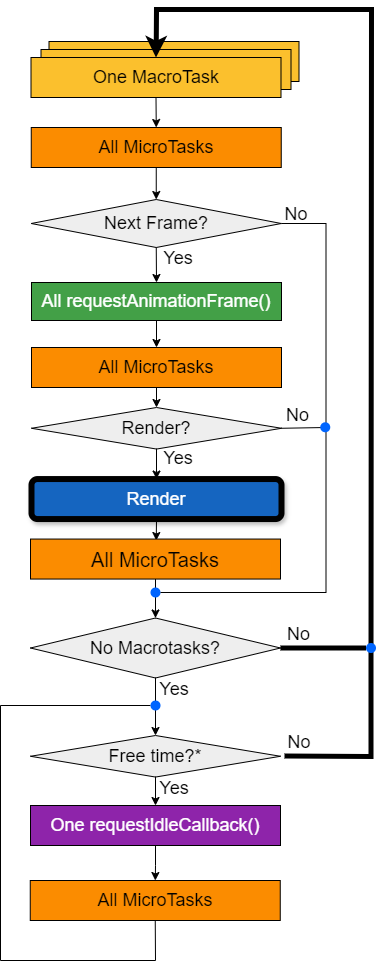
The draw.io diagram 00_Presentation/EventLoop-8.drawio.png in alexindima/JavaScript_Event_Loop, before a commit. Source tidied: cells renumbered, new cells last; positions are measured from the earlier drawing's top-left corner, leaving out a move shared by most shapes.
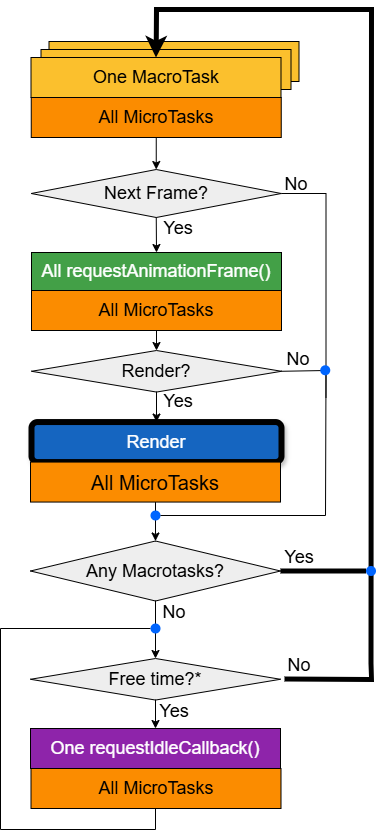
The same file after the commit.

The edit, as a diff of the source:
```diff
@@ -3,167 +3,155 @@
     <mxCell id="0" />
     <mxCell id="1" parent="0" />
     <mxCell id="2" value="&lt;font style=&quot;font-size: 18px;&quot;&gt;One MacroTask&lt;/font&gt;" style="rounded=0;whiteSpace=wrap;html=1;fillColor=#FBC02D;" parent="1" vertex="1">
-      <mxGeometry x="48.5" y="32" width="250" height="40" as="geometry" />
+      <mxGeometry x="48.5" y="107" width="250" height="40" as="geometry" />
     </mxCell>
     <mxCell id="3" value="&lt;font style=&quot;font-size: 18px;&quot;&gt;One MacroTask&lt;/font&gt;" style="rounded=0;whiteSpace=wrap;html=1;fillColor=#FBC02D;" parent="1" vertex="1">
-      <mxGeometry x="40.5" y="40" width="250" height="40" as="geometry" />
+      <mxGeometry x="40.5" y="115" width="250" height="40" as="geometry" />
     </mxCell>
-    <mxCell id="4" style="endArrow=classic;html=1;rounded=0;exitX=0.5;exitY=1;exitDx=0;exitDy=0;entryX=0.5;entryY=0;entryDx=0;entryDy=0;" parent="1" edge="1" source="32" target="18">
+    <mxCell id="4" style="endArrow=classic;html=1;rounded=0;exitX=0.5;exitY=1;exitDx=0;exitDy=0;entryX=0.5;entryY=0;entryDx=0;entryDy=0;" parent="1" edge="1" source="28" target="16">
       <mxGeometry relative="1" as="geometry" />
     </mxCell>
-    <mxCell id="5" style="endArrow=classic;html=1;rounded=0;exitX=0.5;exitY=1;exitDx=0;exitDy=0;entryX=0.5;entryY=0;entryDx=0;entryDy=0;" parent="1" edge="1" source="27" target="32">
+    <mxCell id="5" style="endArrow=classic;html=1;rounded=0;exitX=0.5;exitY=1;exitDx=0;exitDy=0;entryX=0.5;entryY=0;entryDx=0;entryDy=0;" parent="1" edge="1" source="23" target="28">
       <mxGeometry relative="1" as="geometry" />
     </mxCell>
-    <mxCell id="6" style="edgeStyle=orthogonalEdgeStyle;rounded=0;jettySize=auto;html=1;exitX=0.5;exitY=1;exitDx=0;exitDy=0;entryX=0.5;entryY=0;entryDx=0;entryDy=0;" parent="1" edge="1" source="8" target="11">
-      <mxGeometry relative="1" as="geometry" />
+    <mxCell id="6" style="shape=ellipse;fillColor=#0065FF;strokeColor=none;html=1;sketch=0;" parent="1" vertex="1">
+      <mxGeometry x="150" y="576" width="10" height="10" as="geometry" />
     </mxCell>
-    <mxCell id="7" style="shape=ellipse;fillColor=#0065FF;strokeColor=none;html=1;sketch=0;" parent="1" vertex="1">
-      <mxGeometry x="150" y="578" width="10" height="10" as="geometry" />
+    <mxCell id="7" value="&lt;font style=&quot;font-size: 18px;&quot;&gt;One MacroTask&lt;/font&gt;" style="rounded=0;whiteSpace=wrap;html=1;fillColor=#FBC02D;" parent="1" vertex="1">
+      <mxGeometry x="30.5" y="123" width="250" height="40" as="geometry" />
     </mxCell>
-    <mxCell id="8" value="&lt;font style=&quot;font-size: 18px;&quot;&gt;One MacroTask&lt;/font&gt;" style="rounded=0;whiteSpace=wrap;html=1;fillColor=#FBC02D;" parent="1" vertex="1">
-      <mxGeometry x="30.5" y="48" width="250" height="40" as="geometry" />
+    <mxCell id="8" value="&lt;font style=&quot;font-size: 18px;&quot;&gt;All MicroTasks&lt;/font&gt;" style="rounded=0;whiteSpace=wrap;html=1;fillColor=#FB8C00;" parent="1" vertex="1">
+      <mxGeometry x="30.5" y="834" width="250" height="40" as="geometry" />
     </mxCell>
-    <mxCell id="9" value="&lt;font style=&quot;font-size: 18px;&quot;&gt;All MicroTasks&lt;/font&gt;" style="rounded=0;whiteSpace=wrap;html=1;fillColor=#FB8C00;" parent="1" vertex="1">
-      <mxGeometry x="29.8" y="871" width="250" height="40" as="geometry" />
+    <mxCell id="9" style="edgeStyle=orthogonalEdgeStyle;rounded=0;jettySize=auto;html=1;exitX=0.5;exitY=1;exitDx=0;exitDy=0;entryX=0.5;entryY=0;entryDx=0;entryDy=0;" parent="1" edge="1" source="10" target="11">
+      <mxGeometry relative="1" as="geometry" />
     </mxCell>
-    <mxCell id="10" style="edgeStyle=orthogonalEdgeStyle;rounded=0;jettySize=auto;html=1;exitX=0.5;exitY=1;exitDx=0;exitDy=0;entryX=0.5;entryY=0;entryDx=0;entryDy=0;" parent="1" edge="1" source="11" target="12">
-      <mxGeometry relative="1" as="geometry" />
+    <mxCell id="10" value="&lt;font style=&quot;font-size: 18px;&quot;&gt;All MicroTasks&lt;/font&gt;" style="rounded=0;whiteSpace=wrap;html=1;fillColor=#FB8C00;" parent="1" vertex="1">
+      <mxGeometry x="30.8" y="163" width="250" height="40" as="geometry" />
     </mxCell>
-    <mxCell id="11" value="&lt;font style=&quot;font-size: 18px;&quot;&gt;All MicroTasks&lt;/font&gt;" style="rounded=0;whiteSpace=wrap;html=1;fillColor=#FB8C00;" parent="1" vertex="1">
-      <mxGeometry x="30.8" y="118" width="250" height="40" as="geometry" />
+    <mxCell id="11" value="&lt;font style=&quot;font-size: 18px;&quot;&gt;Next Frame?&lt;/font&gt;" style="rhombus;whiteSpace=wrap;html=1;fillColor=#EEEEEE;" parent="1" vertex="1">
+      <mxGeometry x="30.8" y="235" width="250" height="48" as="geometry" />
     </mxCell>
-    <mxCell id="12" value="&lt;font style=&quot;font-size: 18px;&quot;&gt;Next Frame?&lt;/font&gt;" style="rhombus;whiteSpace=wrap;html=1;fillColor=#EEEEEE;" parent="1" vertex="1">
-      <mxGeometry x="30.8" y="190" width="250" height="48" as="geometry" />
+    <mxCell id="12" value="&lt;font style=&quot;font-size: 18px; color: rgb(255, 255, 255);&quot;&gt;All requestAnimationFrame()&lt;/font&gt;" style="rounded=0;whiteSpace=wrap;html=1;fillColor=#43A047;" parent="1" vertex="1">
+      <mxGeometry x="31" y="318" width="250" height="38" as="geometry" />
     </mxCell>
-    <mxCell id="13" style="edgeStyle=orthogonalEdgeStyle;rounded=0;jettySize=auto;html=1;exitX=0.5;exitY=1;exitDx=0;exitDy=0;entryX=0.5;entryY=0;entryDx=0;entryDy=0;" parent="1" edge="1" source="14" target="17">
+    <mxCell id="13" style="endArrow=classic;html=1;rounded=0;entryX=0.5;entryY=0;entryDx=0;entryDy=0;exitX=0.5;exitY=1;exitDx=0;exitDy=0;" parent="1" edge="1" source="11" target="12">
       <mxGeometry relative="1" as="geometry" />
     </mxCell>
-    <mxCell id="14" value="&lt;font style=&quot;font-size: 18px; color: rgb(255, 255, 255);&quot;&gt;All requestAnimationFrame()&lt;/font&gt;" style="rounded=0;whiteSpace=wrap;html=1;fillColor=#43A047;" parent="1" vertex="1">
-      <mxGeometry x="31" y="273" width="250" height="38" as="geometry" />
+    <mxCell id="14" value="&lt;font style=&quot;font-size: 18px;&quot;&gt;Yes&lt;/font&gt;" style="text;html=1;align=center;verticalAlign=middle;whiteSpace=wrap;rounded=0;" parent="1" vertex="1">
+      <mxGeometry x="148" y="278.6" width="60" height="30" as="geometry" />
     </mxCell>
-    <mxCell id="15" style="endArrow=classic;html=1;rounded=0;entryX=0.5;entryY=0;entryDx=0;entryDy=0;exitX=0.5;exitY=1;exitDx=0;exitDy=0;" parent="1" edge="1" source="12" target="14">
-      <mxGeometry relative="1" as="geometry" />
+    <mxCell id="15" value="&lt;font style=&quot;font-size: 18px;&quot;&gt;All MicroTasks&lt;/font&gt;" style="rounded=0;whiteSpace=wrap;html=1;fillColor=#FB8C00;" parent="1" vertex="1">
+      <mxGeometry x="31" y="356" width="250" height="40" as="geometry" />
     </mxCell>
-    <mxCell id="16" value="&lt;font style=&quot;font-size: 18px;&quot;&gt;Yes&lt;/font&gt;" style="text;html=1;align=center;verticalAlign=middle;whiteSpace=wrap;rounded=0;" parent="1" vertex="1">
-      <mxGeometry x="148" y="233.6" width="60" height="30" as="geometry" />
+    <mxCell id="16" value="&lt;font style=&quot;font-size: 18px;&quot;&gt;Free time?*&lt;/font&gt;" style="rhombus;whiteSpace=wrap;html=1;fillColor=#EEEEEE;" parent="1" vertex="1">
+      <mxGeometry x="30" y="724" width="250" height="41.5" as="geometry" />
     </mxCell>
-    <mxCell id="17" value="&lt;font style=&quot;font-size: 18px;&quot;&gt;All MicroTasks&lt;/font&gt;" style="rounded=0;whiteSpace=wrap;html=1;fillColor=#FB8C00;" parent="1" vertex="1">
-      <mxGeometry x="31" y="338" width="250" height="40" as="geometry" />
+    <mxCell id="17" value="&lt;font style=&quot;font-size: 18px; color: rgb(255, 255, 255);&quot;&gt;One requestIdleCallback()&lt;/font&gt;" style="rounded=0;whiteSpace=wrap;html=1;fillColor=#8E24AA;" parent="1" vertex="1">
+      <mxGeometry x="30" y="794" width="250" height="40" as="geometry" />
     </mxCell>
-    <mxCell id="18" value="&lt;font style=&quot;font-size: 18px;&quot;&gt;Free time?*&lt;/font&gt;" style="rhombus;whiteSpace=wrap;html=1;fillColor=#EEEEEE;" parent="1" vertex="1">
-      <mxGeometry x="30" y="726" width="250" height="41.5" as="geometry" />
+    <mxCell id="18" value="&lt;font style=&quot;font-size: 18px; color: rgb(255, 255, 255);&quot;&gt;Render&lt;/font&gt;" style="rounded=1;whiteSpace=wrap;html=1;fillColor=#1565C0;strokeColor=#000000;shadow=1;glass=0;strokeWidth=6;" parent="1" vertex="1">
+      <mxGeometry x="31" y="487.5" width="250" height="40" as="geometry" />
     </mxCell>
-    <mxCell id="19" style="edgeStyle=orthogonalEdgeStyle;rounded=0;jettySize=auto;html=1;" parent="1" edge="1" source="20" target="9">
-      <mxGeometry relative="1" as="geometry" />
+    <mxCell id="19" value="&lt;font style=&quot;font-size: 18px;&quot;&gt;No&lt;/font&gt;" style="text;html=1;align=center;verticalAlign=middle;whiteSpace=wrap;rounded=0;" parent="1" vertex="1">
+      <mxGeometry x="265.5" y="235" width="60" height="30" as="geometry" />
     </mxCell>
-    <mxCell id="20" value="&lt;font style=&quot;font-size: 18px; color: rgb(255, 255, 255);&quot;&gt;One requestIdleCallback()&lt;/font&gt;" style="rounded=0;whiteSpace=wrap;html=1;fillColor=#8E24AA;" parent="1" vertex="1">
-      <mxGeometry x="30" y="796" width="250" height="40" as="geometry" />
+    <mxCell id="20" style="endArrow=classic;html=1;rounded=0;exitX=0.5;exitY=1;exitDx=0;exitDy=0;entryX=0.5;entryY=0;entryDx=0;entryDy=0;" parent="1" edge="1" source="16" target="17">
+      <mxGeometry relative="1" as="geometry" />
     </mxCell>
-    <mxCell id="21" style="edgeStyle=orthogonalEdgeStyle;rounded=0;jettySize=auto;html=1;exitX=0.5;exitY=1;exitDx=0;exitDy=0;entryX=0.503;entryY=0.037;entryDx=0;entryDy=0;entryPerimeter=0;" parent="1" edge="1" source="22" target="27">
-      <mxGeometry relative="1" as="geometry" />
+    <mxCell id="21" style="endArrow=classic;html=1;rounded=0;exitX=1.016;exitY=0.495;exitDx=0;exitDy=0;entryX=0.5;entryY=0;entryDx=0;entryDy=0;strokeWidth=5;exitPerimeter=0;" parent="1" edge="1" source="16" target="7">
+      <mxGeometry relative="1" as="geometry">
+        <Array as="points">
+          <mxPoint x="371" y="745" />
+          <mxPoint x="370.5" y="729" />
+          <mxPoint x="371" y="75" />
+          <mxPoint x="156" y="75" />
+        </Array>
+      </mxGeometry>
     </mxCell>
-    <mxCell id="22" value="&lt;font style=&quot;font-size: 18px; color: rgb(255, 255, 255);&quot;&gt;Render&lt;/font&gt;" style="rounded=1;whiteSpace=wrap;html=1;fillColor=#1565C0;strokeColor=#000000;shadow=1;glass=0;strokeWidth=6;" parent="1" vertex="1">
-      <mxGeometry x="31" y="469.5" width="250" height="40" as="geometry" />
+    <mxCell id="22" value="&lt;font style=&quot;font-size: 18px;&quot;&gt;Yes&lt;/font&gt;" style="text;html=1;align=center;verticalAlign=middle;whiteSpace=wrap;rounded=0;" parent="1" vertex="1">
+      <mxGeometry x="143.5" y="762" width="60" height="30" as="geometry" />
     </mxCell>
-    <mxCell id="23" value="&lt;font style=&quot;font-size: 18px;&quot;&gt;No&lt;/font&gt;" style="text;html=1;align=center;verticalAlign=middle;whiteSpace=wrap;rounded=0;" parent="1" vertex="1">
-      <mxGeometry x="265.5" y="190" width="60" height="30" as="geometry" />
+    <mxCell id="23" value="&lt;font style=&quot;font-size: 20px;&quot;&gt;All MicroTasks&lt;/font&gt;" style="rounded=0;whiteSpace=wrap;html=1;fillColor=#FB8C00;glass=0;gradientColor=none;" parent="1" vertex="1">
+      <mxGeometry x="30" y="527.5" width="250" height="40" as="geometry" />
     </mxCell>
-    <mxCell id="24" style="endArrow=classic;html=1;rounded=0;exitX=0.5;exitY=1;exitDx=0;exitDy=0;entryX=0.5;entryY=0;entryDx=0;entryDy=0;" parent="1" edge="1" source="18" target="20">
-      <mxGeometry relative="1" as="geometry" />
+    <mxCell id="24" style="endArrow=none;html=1;rounded=0;entryX=0.498;entryY=1.011;entryDx=0;entryDy=0;entryPerimeter=0;" parent="1" edge="1" source="26" target="8">
+      <mxGeometry relative="1" as="geometry">
+        <Array as="points">
+          <mxPoint y="694" />
+          <mxPoint y="895" />
+          <mxPoint x="155" y="895" />
+        </Array>
+      </mxGeometry>
     </mxCell>
-    <mxCell id="25" style="endArrow=classic;html=1;rounded=0;exitX=1.016;exitY=0.495;exitDx=0;exitDy=0;entryX=0.5;entryY=0;entryDx=0;entryDy=0;strokeWidth=5;exitPerimeter=0;" parent="1" edge="1" source="18" target="8">
-      <mxGeometry relative="1" as="geometry">
-        <Array as="points">
-          <mxPoint x="370.5" y="747" />
-          <mxPoint x="370.5" y="654" />
-          <mxPoint x="371" />
-          <mxPoint x="156" />
-        </Array>
-      </mxGeometry>
+    <mxCell id="25" style="edgeStyle=orthogonalEdgeStyle;rounded=0;jettySize=auto;html=1;endArrow=none;startFill=0;" parent="1" edge="1" source="26" target="28">
+      <mxGeometry relative="1" as="geometry" />
     </mxCell>
-    <mxCell id="26" value="&lt;font style=&quot;font-size: 18px;&quot;&gt;Yes&lt;/font&gt;" style="text;html=1;align=center;verticalAlign=middle;whiteSpace=wrap;rounded=0;" parent="1" vertex="1">
-      <mxGeometry x="143.5" y="764" width="60" height="30" as="geometry" />
+    <mxCell id="26" style="shape=ellipse;fillColor=#0065FF;strokeColor=none;html=1;sketch=0;" parent="1" vertex="1">
+      <mxGeometry x="150" y="689" width="10" height="10" as="geometry" />
     </mxCell>
-    <mxCell id="27" value="&lt;font style=&quot;font-size: 20px;&quot;&gt;All MicroTasks&lt;/font&gt;" style="rounded=0;whiteSpace=wrap;html=1;fillColor=#FB8C00;glass=0;gradientColor=none;" parent="1" vertex="1">
-      <mxGeometry x="30" y="529.5" width="250" height="40" as="geometry" />
+    <mxCell id="27" value="&lt;font style=&quot;font-size: 18px;&quot;&gt;No&lt;/font&gt;" style="text;html=1;align=center;verticalAlign=middle;whiteSpace=wrap;rounded=0;" parent="1" vertex="1">
+      <mxGeometry x="268.8" y="716" width="60" height="30" as="geometry" />
     </mxCell>
-    <mxCell id="28" style="endArrow=none;html=1;rounded=0;entryX=0.5;entryY=1;entryDx=0;entryDy=0;" parent="1" edge="1" source="30" target="9">
-      <mxGeometry relative="1" as="geometry">
-        <Array as="points">
-          <mxPoint y="696" />
-          <mxPoint y="951" />
-          <mxPoint x="155" y="951" />
-        </Array>
-      </mxGeometry>
+    <mxCell id="28" value="&lt;font style=&quot;color: rgb(0, 0, 0);&quot;&gt;&lt;span style=&quot;font-size: 18px;&quot;&gt;&lt;font style=&quot;color: rgb(0, 0, 0);&quot;&gt;Any Macrotasks?&lt;/font&gt;&lt;/span&gt;&lt;/font&gt;" style="rhombus;whiteSpace=wrap;html=1;fillColor=#EEEEEE;" parent="1" vertex="1">
+      <mxGeometry x="30" y="606.5" width="250" height="60" as="geometry" />
     </mxCell>
-    <mxCell id="29" style="edgeStyle=orthogonalEdgeStyle;rounded=0;jettySize=auto;html=1;endArrow=none;startFill=0;" parent="1" edge="1" source="30" target="32">
-      <mxGeometry relative="1" as="geometry" />
+    <mxCell id="29" value="&lt;font style=&quot;font-size: 18px;&quot;&gt;No&lt;/font&gt;" style="text;html=1;align=center;verticalAlign=middle;whiteSpace=wrap;rounded=0;" parent="1" vertex="1">
+      <mxGeometry x="143.5" y="662.5" width="60" height="30" as="geometry" />
     </mxCell>
-    <mxCell id="30" style="shape=ellipse;fillColor=#0065FF;strokeColor=none;html=1;sketch=0;" parent="1" vertex="1">
-      <mxGeometry x="150" y="691" width="10" height="10" as="geometry" />
+    <mxCell id="30" style="endArrow=none;html=1;rounded=0;exitX=1;exitY=0.5;exitDx=0;exitDy=0;strokeWidth=5;" parent="1" edge="1">
+      <mxGeometry relative="1" as="geometry">
+        <mxPoint x="340" y="635.5" as="sourcePoint" />
+        <mxPoint x="340" y="636" as="targetPoint" />
+      </mxGeometry>
     </mxCell>
-    <mxCell id="31" value="&lt;font style=&quot;font-size: 18px;&quot;&gt;No&lt;/font&gt;" style="text;html=1;align=center;verticalAlign=middle;whiteSpace=wrap;rounded=0;" parent="1" vertex="1">
-      <mxGeometry x="268.8" y="718" width="60" height="30" as="geometry" />
+    <mxCell id="31" style="endArrow=none;html=1;rounded=0;exitX=1;exitY=0.5;exitDx=0;exitDy=0;strokeWidth=5;" parent="1" edge="1" source="35">
+      <mxGeometry relative="1" as="geometry">
+        <mxPoint x="375.5" y="636" as="targetPoint" />
+      </mxGeometry>
     </mxCell>
-    <mxCell id="32" value="&lt;font style=&quot;color: rgb(0, 0, 0);&quot;&gt;&lt;span style=&quot;font-size: 18px;&quot;&gt;&lt;font style=&quot;color: rgb(0, 0, 0);&quot;&gt;No Macrotasks?&lt;/font&gt;&lt;/span&gt;&lt;/font&gt;" style="rhombus;whiteSpace=wrap;html=1;fillColor=#EEEEEE;" parent="1" vertex="1">
-      <mxGeometry x="30" y="608.5" width="250" height="60" as="geometry" />
+    <mxCell id="32" value="&lt;font style=&quot;font-size: 18px;&quot;&gt;Yes&lt;/font&gt;" style="text;html=1;align=center;verticalAlign=middle;whiteSpace=wrap;rounded=0;" parent="1" vertex="1">
+      <mxGeometry x="270" y="609" width="57.5" height="27" as="geometry" />
     </mxCell>
-    <mxCell id="33" value="&lt;font style=&quot;font-size: 18px;&quot;&gt;Yes&lt;/font&gt;" style="text;html=1;align=center;verticalAlign=middle;whiteSpace=wrap;rounded=0;" parent="1" vertex="1">
-      <mxGeometry x="143.5" y="664.5" width="60" height="30" as="geometry" />
+    <mxCell id="33" value="&lt;font style=&quot;font-size: 18px;&quot;&gt;&lt;span style=&quot;&quot; class=&quot;EzKURWReUAB5oZgtQNkl&quot;&gt;Render?&lt;/span&gt;&lt;/font&gt;" style="rhombus;whiteSpace=wrap;html=1;fillColor=#EEEEEE;" parent="1" vertex="1">
+      <mxGeometry x="31" y="416" width="250" height="41.5" as="geometry" />
     </mxCell>
-    <mxCell id="34" style="endArrow=none;html=1;rounded=0;exitX=1;exitY=0.5;exitDx=0;exitDy=0;strokeWidth=5;" parent="1" edge="1">
-      <mxGeometry relative="1" as="geometry">
-        <mxPoint x="340" y="637.5" as="sourcePoint" />
-        <mxPoint x="340" y="638" as="targetPoint" />
-      </mxGeometry>
+    <mxCell id="34" style="endArrow=none;html=1;rounded=0;exitX=1;exitY=0.5;exitDx=0;exitDy=0;strokeWidth=5;" parent="1" edge="1" source="28" target="35">
+      <mxGeometry relative="1" as="geometry" />
     </mxCell>
-    <mxCell id="35" style="endArrow=none;html=1;rounded=0;exitX=1;exitY=0.5;exitDx=0;exitDy=0;strokeWidth=5;" parent="1" edge="1" source="39">
-      <mxGeometry relative="1" as="geometry">
-        <mxPoint x="375.5" y="638" as="targetPoint" />
-      </mxGeometry>
+    <mxCell id="35" style="shape=ellipse;fillColor=#0065FF;strokeColor=none;html=1;sketch=0;" parent="1" vertex="1">
+      <mxGeometry x="365.5" y="631.5" width="10" height="10" as="geometry" />
     </mxCell>
-    <mxCell id="36" value="&lt;font style=&quot;font-size: 18px;&quot;&gt;No&lt;/font&gt;" style="text;html=1;align=center;verticalAlign=middle;whiteSpace=wrap;rounded=0;" parent="1" vertex="1">
-      <mxGeometry x="270" y="611" width="57.5" height="27" as="geometry" />
+    <mxCell id="36" value="&lt;font style=&quot;font-size: 18px;&quot;&gt;Yes&lt;/font&gt;" style="text;html=1;align=center;verticalAlign=middle;whiteSpace=wrap;rounded=0;" parent="1" vertex="1">
+      <mxGeometry x="148" y="452" width="60" height="30" as="geometry" />
     </mxCell>
-    <mxCell id="37" value="&lt;font style=&quot;font-size: 18px;&quot;&gt;&lt;span style=&quot;&quot; class=&quot;EzKURWReUAB5oZgtQNkl&quot;&gt;Render?&lt;/span&gt;&lt;/font&gt;" style="rhombus;whiteSpace=wrap;html=1;fillColor=#EEEEEE;" parent="1" vertex="1">
-      <mxGeometry x="31" y="398" width="250" height="41.5" as="geometry" />
+    <mxCell id="37" value="&lt;font style=&quot;font-size: 18px;&quot;&gt;No&lt;/font&gt;" style="text;html=1;align=center;verticalAlign=middle;whiteSpace=wrap;rounded=0;" parent="1" vertex="1">
+      <mxGeometry x="269.2" y="411" width="57.5" height="27" as="geometry" />
     </mxCell>
-    <mxCell id="38" style="endArrow=none;html=1;rounded=0;exitX=1;exitY=0.5;exitDx=0;exitDy=0;strokeWidth=5;" parent="1" edge="1" source="32" target="39">
-      <mxGeometry relative="1" as="geometry" />
+    <mxCell id="38" style="endArrow=none;html=1;rounded=0;entryX=1;entryY=0.5;entryDx=0;entryDy=0;exitX=1;exitY=0.5;exitDx=0;exitDy=0;" parent="1" edge="1" source="6" target="33">
+      <mxGeometry relative="1" as="geometry">
+        <Array as="points">
+          <mxPoint x="325" y="581" />
+          <mxPoint x="325.5" y="436" />
+        </Array>
+      </mxGeometry>
     </mxCell>
-    <mxCell id="39" style="shape=ellipse;fillColor=#0065FF;strokeColor=none;html=1;sketch=0;" parent="1" vertex="1">
-      <mxGeometry x="365.5" y="633.5" width="10" height="10" as="geometry" />
+    <mxCell id="39" style="endArrow=none;html=1;rounded=0;exitX=1;exitY=0.5;exitDx=0;exitDy=0;" parent="1" edge="1" source="11">
+      <mxGeometry relative="1" as="geometry">
+        <mxPoint x="325.5" y="463" as="targetPoint" />
+        <Array as="points">
+          <mxPoint x="325.5" y="259" />
+        </Array>
+      </mxGeometry>
     </mxCell>
-    <mxCell id="40" value="&lt;font style=&quot;font-size: 18px;&quot;&gt;Yes&lt;/font&gt;" style="text;html=1;align=center;verticalAlign=middle;whiteSpace=wrap;rounded=0;" parent="1" vertex="1">
-      <mxGeometry x="148" y="434" width="60" height="30" as="geometry" />
+    <mxCell id="40" style="shape=ellipse;fillColor=#0065FF;strokeColor=none;html=1;sketch=0;" parent="1" vertex="1">
+      <mxGeometry x="319.8" y="430.8" width="10" height="10" as="geometry" />
     </mxCell>
-    <mxCell id="41" value="&lt;font style=&quot;font-size: 18px;&quot;&gt;No&lt;/font&gt;" style="text;html=1;align=center;verticalAlign=middle;whiteSpace=wrap;rounded=0;" parent="1" vertex="1">
-      <mxGeometry x="269.2" y="393" width="57.5" height="27" as="geometry" />
+    <mxCell id="41" style="endArrow=classic;html=1;rounded=0;exitX=0.5;exitY=1;exitDx=0;exitDy=0;entryX=0.5;entryY=0;entryDx=0;entryDy=0;" parent="1" edge="1" source="15" target="33">
+      <mxGeometry relative="1" as="geometry" />
     </mxCell>
-    <mxCell id="42" style="endArrow=none;html=1;rounded=0;entryX=1;entryY=0.5;entryDx=0;entryDy=0;exitX=1;exitY=0.5;exitDx=0;exitDy=0;" parent="1" edge="1" source="7" target="37">
-      <mxGeometry relative="1" as="geometry">
-        <Array as="points">
-          <mxPoint x="325.5" y="583" />
-          <mxPoint x="325.5" y="418" />
-        </Array>
-      </mxGeometry>
+    <mxCell id="42" style="endArrow=classic;html=1;rounded=0;exitX=0.5;exitY=1;exitDx=0;exitDy=0;entryX=0.5;entryY=0;entryDx=0;entryDy=0;" parent="1" edge="1" source="33" target="18">
+      <mxGeometry relative="1" as="geometry" />
     </mxCell>
-    <mxCell id="43" style="endArrow=none;html=1;rounded=0;exitX=1;exitY=0.5;exitDx=0;exitDy=0;" parent="1" edge="1" source="12">
-      <mxGeometry relative="1" as="geometry">
-        <mxPoint x="325.5" y="418" as="targetPoint" />
-        <Array as="points">
-          <mxPoint x="325.5" y="214" />
-        </Array>
-      </mxGeometry>
-    </mxCell>
-    <mxCell id="44" style="shape=ellipse;fillColor=#0065FF;strokeColor=none;html=1;sketch=0;" parent="1" vertex="1">
-      <mxGeometry x="319.8" y="412.8" width="10" height="10" as="geometry" />
-    </mxCell>
-    <mxCell id="45" style="endArrow=classic;html=1;rounded=0;exitX=0.5;exitY=1;exitDx=0;exitDy=0;entryX=0.5;entryY=0;entryDx=0;entryDy=0;" parent="1" edge="1" source="17" target="37">
-      <mxGeometry relative="1" as="geometry" />
-    </mxCell>
-    <mxCell id="46" style="endArrow=classic;html=1;rounded=0;exitX=0.5;exitY=1;exitDx=0;exitDy=0;entryX=0.5;entryY=0;entryDx=0;entryDy=0;" parent="1" edge="1" source="37" target="22">
-      <mxGeometry relative="1" as="geometry" />
-    </mxCell>
   </root>
 </mxGraphModel>
```
